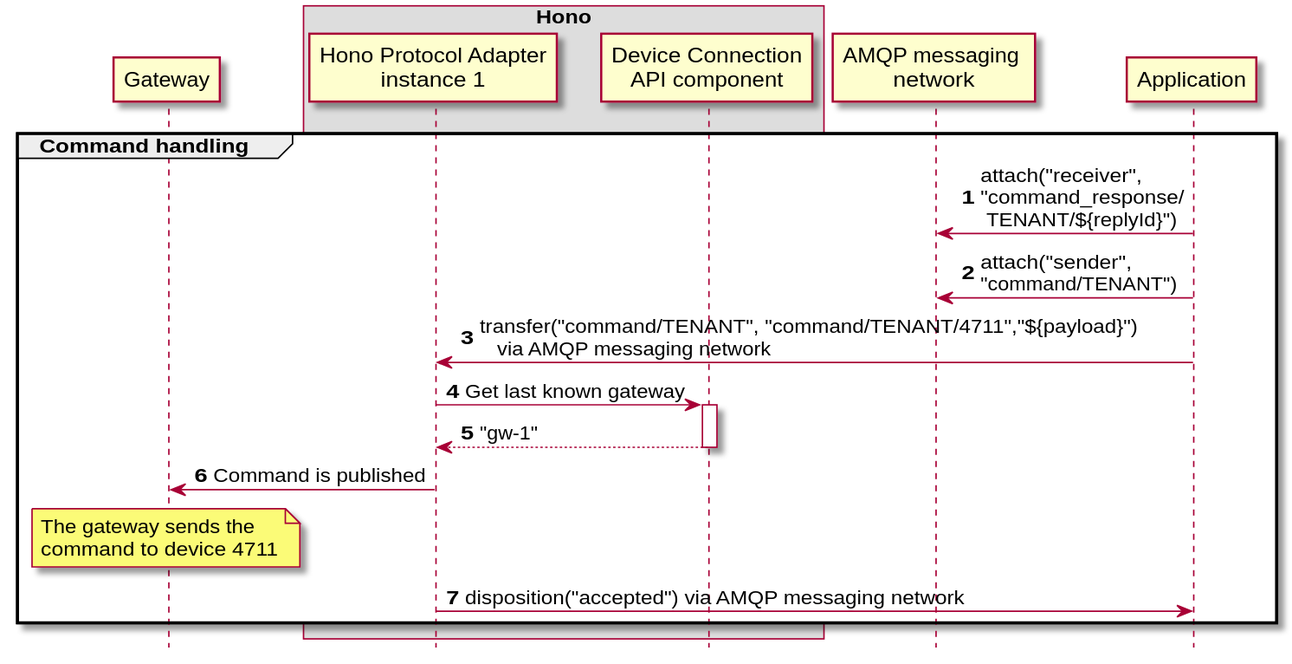
This is site/documentation/content/concepts/command_control_concept_gateway_2.svg from eclipse-hono/hono, a PlantUML export, as it was before one commit.
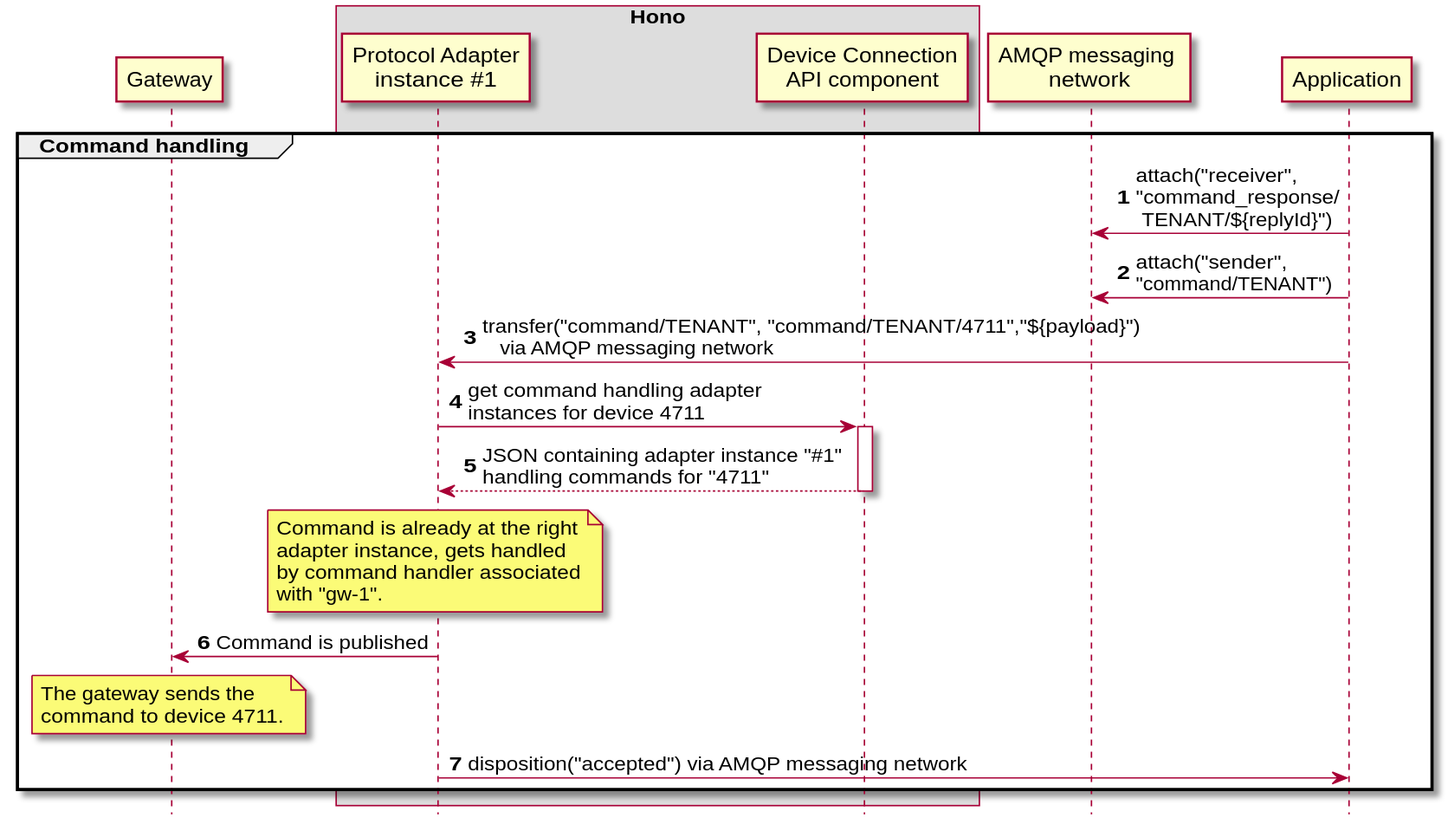
The same file after the commit.

Diff of the diagram source:
```diff
@@ -4,7 +4,7 @@
 
 participant Gateway order 20
 box "Hono"
-    participant "Hono Protocol Adapter\ninstance 1" order 30
+    participant "Protocol Adapter\ninstance #1" order 30
     participant "Device Connection\nAPI component" order 50
 end box
 participant "AMQP messaging \nnetwork" order 60
@@ -17,17 +17,24 @@
     Application -> "AMQP messaging \nnetwork": attach("receiver", \n"command_response/\n TENANT/${replyId}")
     Application -> "AMQP messaging \nnetwork": attach("sender", \n"command/TENANT")
 
-    Application -> "Hono Protocol Adapter\ninstance 1": transfer("command/TENANT", "command/TENANT/4711","${payload}")\n   via AMQP messaging network
+    Application -> "Protocol Adapter\ninstance #1": transfer("command/TENANT", "command/TENANT/4711","${payload}")\n   via AMQP messaging network
 
-    "Hono Protocol Adapter\ninstance 1" -> "Device Connection\nAPI component": Get last known gateway
+    "Protocol Adapter\ninstance #1" -> "Device Connection\nAPI component": get command handling adapter \ninstances for device 4711
     activate "Device Connection\nAPI component"
-    return "gw-1"
+    return JSON containing adapter instance "#1" \nhandling commands for "4711"
 
-    "Hono Protocol Adapter\ninstance 1" -> Gateway: Command is published
+    note over "Protocol Adapter\ninstance #1"
+    Command is already at the right
+    adapter instance, gets handled
+    by command handler associated
+    with "gw-1".
+    end note
+
+    "Protocol Adapter\ninstance #1" -> Gateway: Command is published
     note over Gateway
     The gateway sends the
-    command to device 4711
+    command to device 4711.
     end note
-    "Hono Protocol Adapter\ninstance 1" -> Application: disposition("accepted")  via AMQP messaging network
+    "Protocol Adapter\ninstance #1" -> Application: disposition("accepted")  via AMQP messaging network
 end
 @enduml
```
